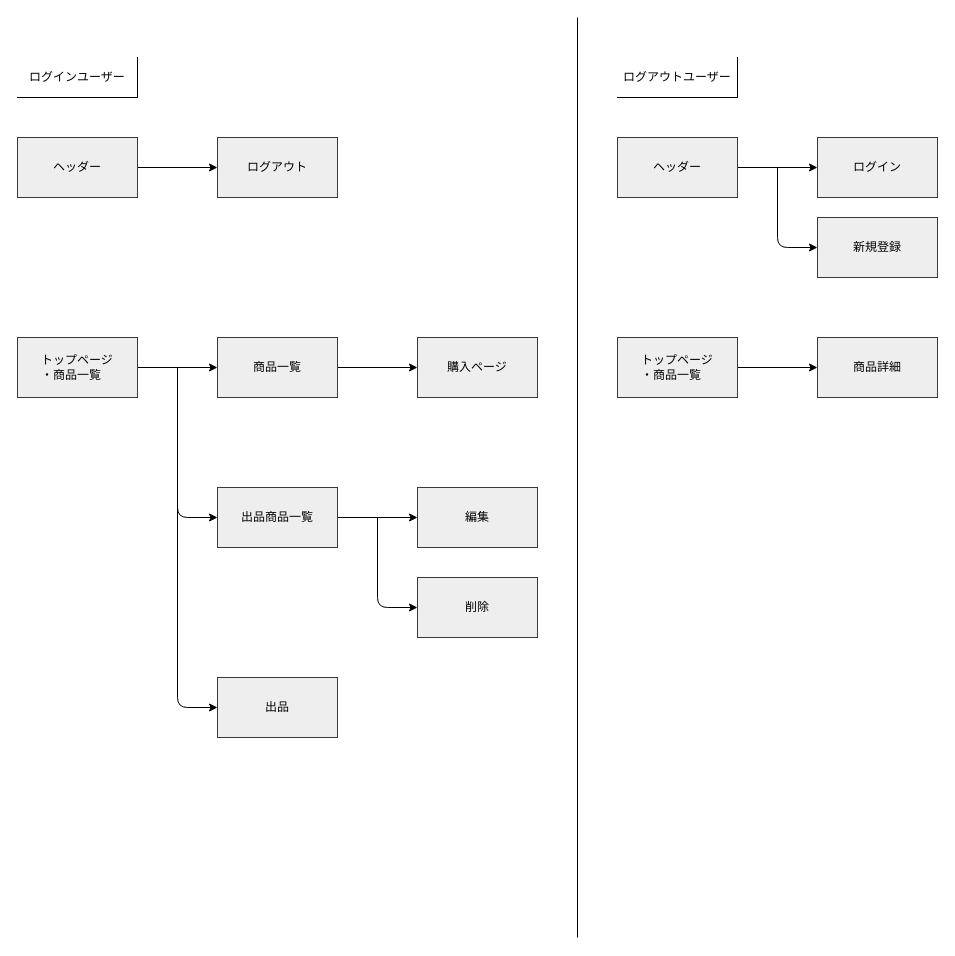
Above: page "画面遷移図" (2 of 2) of furima.dio in rikakohira/furima-38304 (draw.io), before the change. Source tidied: cells renumbered, new cells numbered last; positions are measured from the earlier drawing's top-left corner, leaving out a move shared by most shapes. Both pictures are drawn from the tidied source at 100%, with x=0, y=0 at pixel (17, 17).
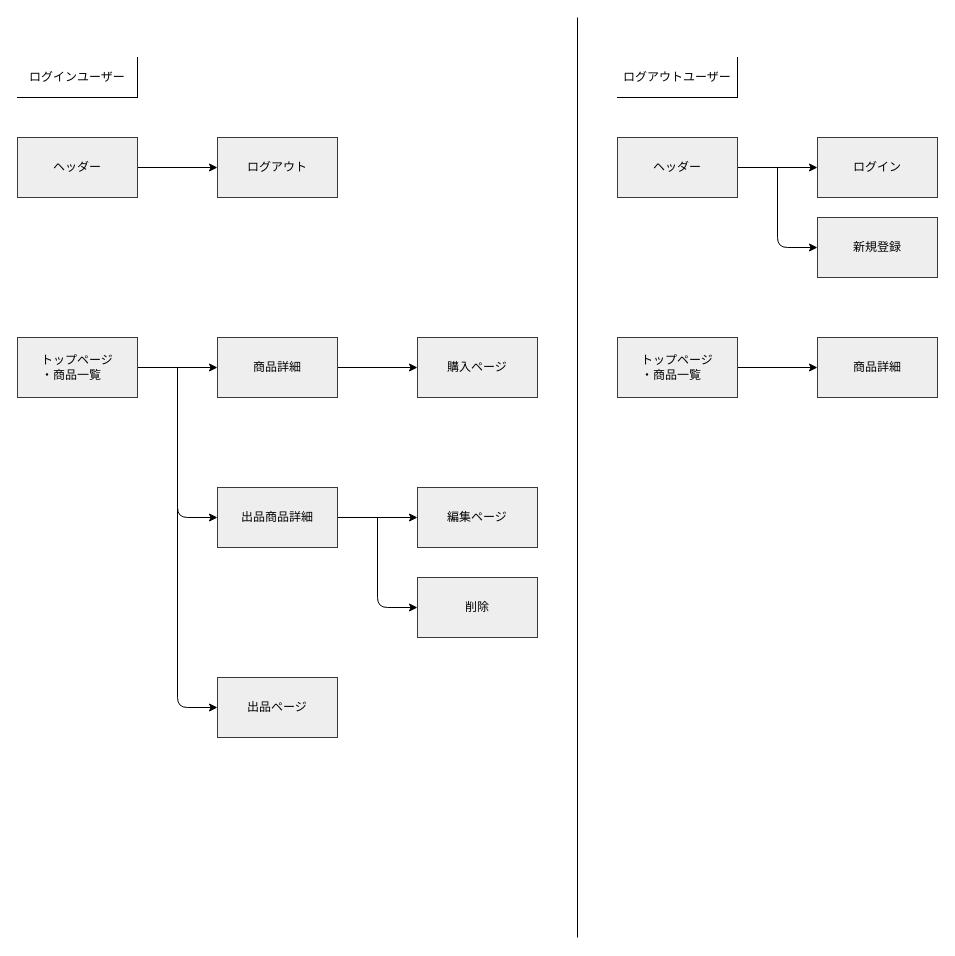
The same page after the edit.

Commit message (it also covers changes not shown here):
画面遷移図　修正

Change to the diagram source:
```diff
@@
-    <mxCell id="19" value="&lt;font color=&quot;#000000&quot;&gt;商品一覧&lt;/font&gt;" style="rounded=0;whiteSpace=wrap;html=1;strokeColor=#36393d;fillColor=#eeeeee;" parent="1" vertex="1">
+    <mxCell id="19" value="&lt;font color=&quot;#000000&quot;&gt;商品詳細&lt;/font&gt;" style="rounded=0;whiteSpace=wrap;html=1;strokeColor=#36393d;fillColor=#eeeeee;" parent="1" vertex="1">
       <mxGeometry x="200" y="320" width="120" height="60" as="geometry" />
     </mxCell>
@@
-    <mxCell id="23" value="&lt;font color=&quot;#000000&quot;&gt;出品商品一覧&lt;/font&gt;" style="rounded=0;whiteSpace=wrap;html=1;strokeColor=#36393d;fillColor=#eeeeee;" parent="1" vertex="1">
+    <mxCell id="23" value="&lt;font color=&quot;#000000&quot;&gt;出品商品詳細&lt;/font&gt;" style="rounded=0;whiteSpace=wrap;html=1;strokeColor=#36393d;fillColor=#eeeeee;" parent="1" vertex="1">
       <mxGeometry x="200" y="470" width="120" height="60" as="geometry" />
     </mxCell>
-    <mxCell id="24" value="&lt;font color=&quot;#000000&quot;&gt;編集&lt;/font&gt;" style="rounded=0;whiteSpace=wrap;html=1;strokeColor=#36393d;fillColor=#eeeeee;" parent="1" vertex="1">
+    <mxCell id="24" value="&lt;font color=&quot;#000000&quot;&gt;編集ページ&lt;/font&gt;" style="rounded=0;whiteSpace=wrap;html=1;strokeColor=#36393d;fillColor=#eeeeee;" parent="1" vertex="1">
       <mxGeometry x="400" y="470" width="120" height="60" as="geometry" />
     </mxCell>
@@
-    <mxCell id="26" value="&lt;font color=&quot;#000000&quot;&gt;出品&lt;/font&gt;" style="rounded=0;whiteSpace=wrap;html=1;strokeColor=#36393d;fillColor=#eeeeee;" parent="1" vertex="1">
+    <mxCell id="26" value="&lt;font color=&quot;#000000&quot;&gt;出品ページ&lt;/font&gt;" style="rounded=0;whiteSpace=wrap;html=1;strokeColor=#36393d;fillColor=#eeeeee;" parent="1" vertex="1">
       <mxGeometry x="200" y="660" width="120" height="60" as="geometry" />
     </mxCell>
```
